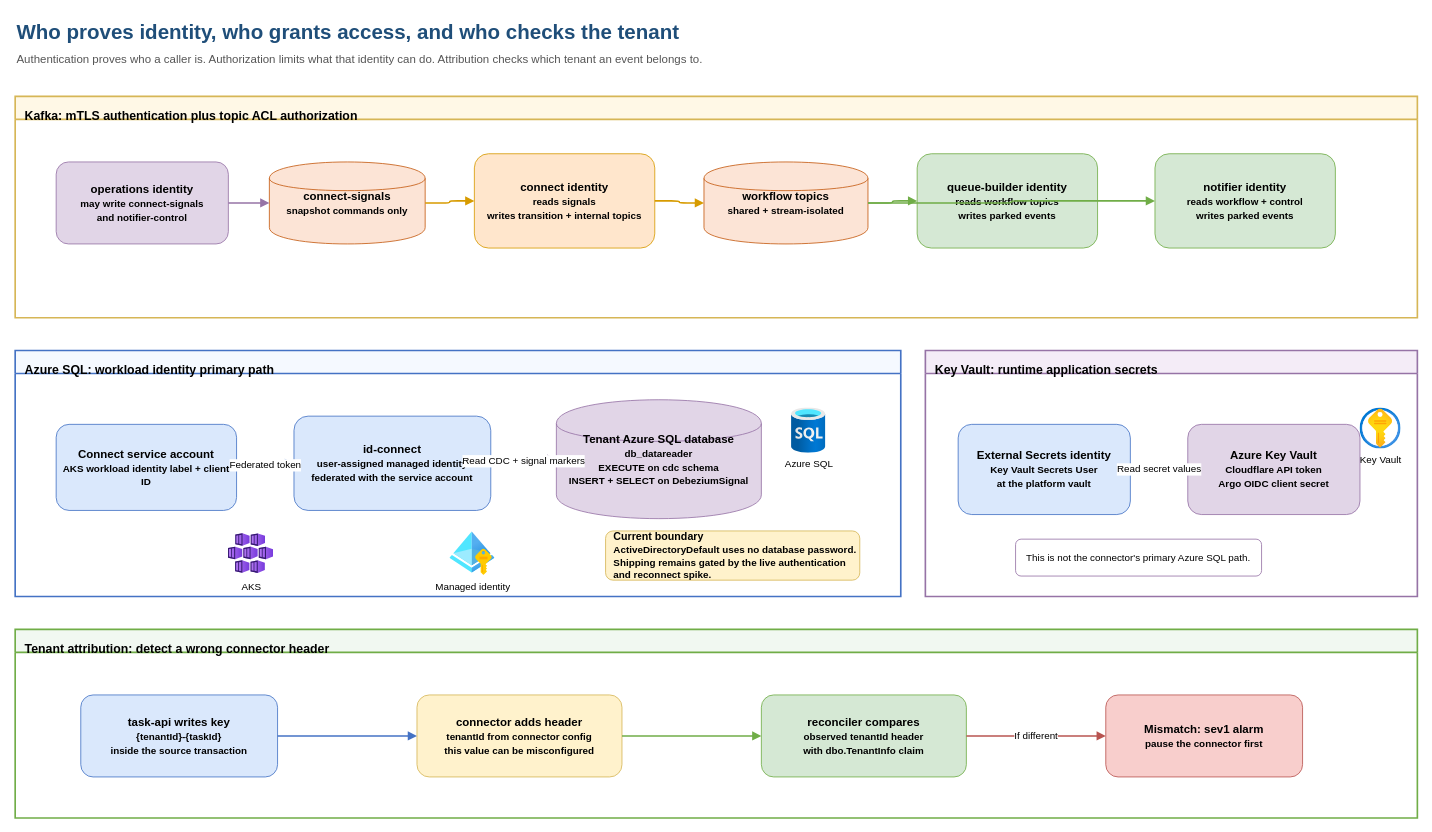
This is docs/diagrams/identity-permissions.drawio from collaborationwithothers/cdc-platform-azure, a draw.io file, before an edit. Source tidied: cells renumbered, new cells numbered last; positions are measured from the earlier drawing's top-left corner, leaving out a move shared by most shapes. Both pictures are drawn from the tidied source at 82%, with x=0, y=0 at pixel (15, 14).
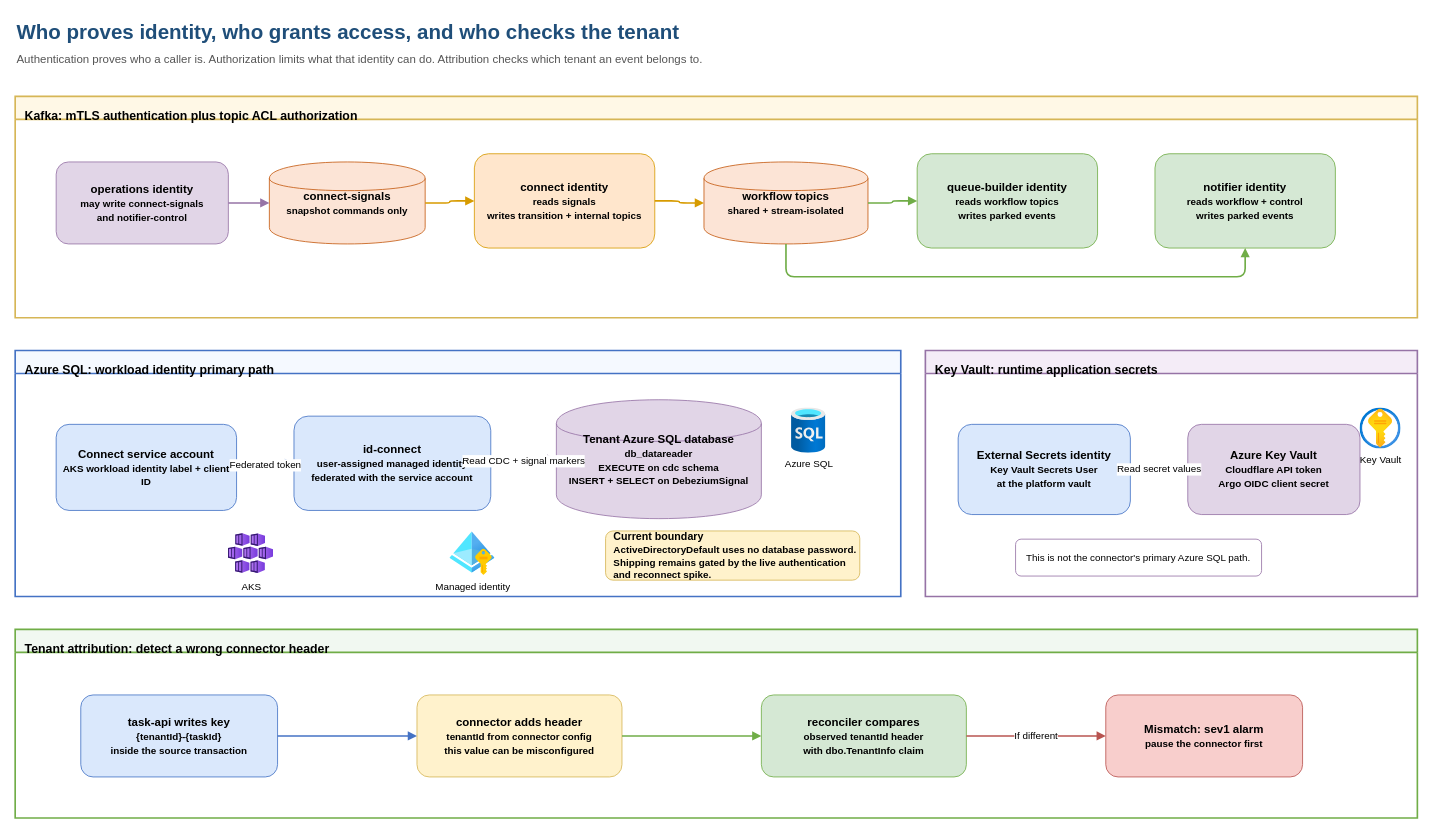
Above is the later version.

Unchanged cells that the change refers to:
```xml
<mxCell id="8" value="workflow topics&lt;br&gt;&lt;font style=&quot;font-size:12px&quot;&gt;shared + stream-isolated&lt;/font&gt;" style="shape=cylinder;whiteSpace=wrap;html=1;fillColor=#fce4d6;strokeColor=#c55a11;fontSize=14;fontStyle=1;" parent="1" vertex="1">
  <mxGeometry x="840" y="180" width="200" height="100" as="geometry" />
</mxCell>
<mxCell id="10" value="notifier identity&lt;br&gt;&lt;font style=&quot;font-size:12px&quot;&gt;reads workflow + control&lt;br&gt;writes parked events&lt;/font&gt;" style="rounded=1;whiteSpace=wrap;html=1;fillColor=#d5e8d4;strokeColor=#70ad47;fontSize=14;fontStyle=1;" parent="1" vertex="1">
  <mxGeometry x="1390" y="170" width="220" height="115" as="geometry" />
</mxCell>
```

Change to the diagram source:
```diff
@@
-    <mxCell id="33" style="edgeStyle=orthogonalEdgeStyle;rounded=1;html=1;strokeColor=#70ad47;strokeWidth=2;endArrow=block;flowAnimation=1;" parent="1" edge="1" source="8" target="10">
-      <mxGeometry relative="1" as="geometry" />
+    <mxCell id="33" style="edgeStyle=orthogonalEdgeStyle;rounded=1;html=1;strokeColor=#70ad47;strokeWidth=2;endArrow=block;flowAnimation=1;exitX=0.5;exitY=1;entryX=0.5;entryY=1;exitX=0.5;exitY=1.0;exitDx=0;exitDy=0;exitPerimeter=0;entryX=0.5;entryY=1.0;entryDx=0;entryDy=0;entryPerimeter=0;" parent="1" edge="1" source="8" target="10">
+      <mxGeometry relative="1" as="geometry">
+        <Array as="points">
+          <mxPoint x="940" y="320" />
+          <mxPoint x="1500" y="320" />
+        </Array>
+      </mxGeometry>
     </mxCell>
```
